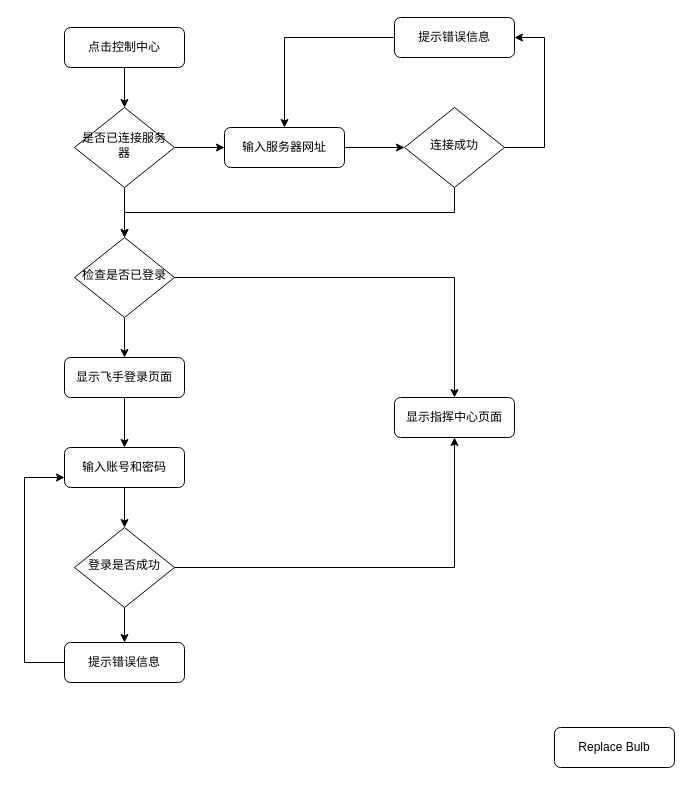
This is 指挥中心.drawio from xubinlu/android-journey, a draw.io file, before an edit. Source tidied: cells renumbered, new cells numbered last; positions are measured from the earlier drawing's top-left corner, leaving out a move shared by most shapes. Both pictures are drawn from the tidied source at 100%, with x=0, y=0 at pixel (24, 17).
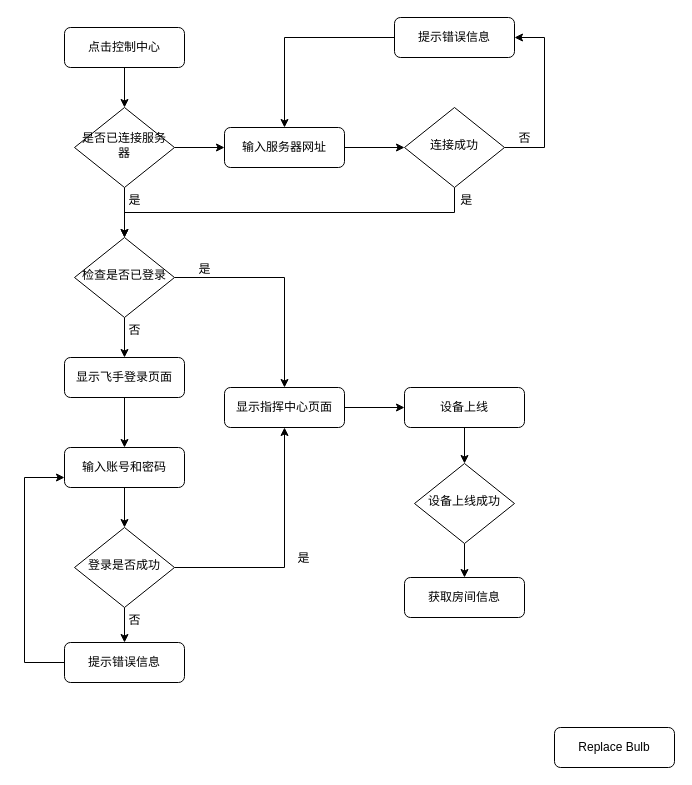
The same diagram, later.

Commit message (it also covers changes not shown here):
更新指挥中心.drawio

Change to the diagram source:
```diff
@@
+    <mxCell id="28" style="edgeStyle=orthogonalEdgeStyle;rounded=0;jettySize=auto;html=1;" parent="1" edge="1" source="7" target="37">
+      <mxGeometry relative="1" as="geometry" />
+    </mxCell>
     <mxCell id="7" value="显示指挥中心页面" style="rounded=1;whiteSpace=wrap;html=1;fontSize=12;glass=0;strokeWidth=1;shadow=0;" parent="1" vertex="1">
-      <mxGeometry x="370" y="380" width="120" height="40" as="geometry" />
+      <mxGeometry x="200" y="370" width="120" height="40" as="geometry" />
     </mxCell>
@@
+    <mxCell id="29" value="是" style="text;html=1;align=center;verticalAlign=middle;strokeColor=none;fillColor=none;" parent="1" vertex="1">
+      <mxGeometry x="259" y="526" width="40" height="30" as="geometry" />
+    </mxCell>
+    <mxCell id="30" value="否" style="text;html=1;align=center;verticalAlign=middle;strokeColor=none;fillColor=none;" parent="1" vertex="1">
+      <mxGeometry x="90" y="588" width="40" height="30" as="geometry" />
+    </mxCell>
+    <mxCell id="31" value="否" style="text;html=1;align=center;verticalAlign=middle;strokeColor=none;fillColor=none;" parent="1" vertex="1">
+      <mxGeometry x="90" y="298" width="40" height="30" as="geometry" />
+    </mxCell>
+    <mxCell id="32" value="是" style="text;html=1;align=center;verticalAlign=middle;strokeColor=none;fillColor=none;" parent="1" vertex="1">
+      <mxGeometry x="160" y="237" width="40" height="30" as="geometry" />
+    </mxCell>
+    <mxCell id="33" value="&amp;nbsp;是" style="text;html=1;align=center;verticalAlign=middle;strokeColor=none;fillColor=none;" parent="1" vertex="1">
+      <mxGeometry x="420" y="168" width="40" height="30" as="geometry" />
+    </mxCell>
+    <mxCell id="34" value="是" style="text;html=1;align=center;verticalAlign=middle;strokeColor=none;fillColor=none;" parent="1" vertex="1">
+      <mxGeometry x="90" y="168" width="40" height="30" as="geometry" />
+    </mxCell>
+    <mxCell id="35" value="否" style="text;html=1;align=center;verticalAlign=middle;strokeColor=none;fillColor=none;" parent="1" vertex="1">
+      <mxGeometry x="480" y="106" width="40" height="30" as="geometry" />
+    </mxCell>
+    <mxCell id="36" style="edgeStyle=orthogonalEdgeStyle;rounded=0;jettySize=auto;html=1;exitX=0.5;exitY=1;exitDx=0;exitDy=0;entryX=0.5;entryY=0;entryDx=0;entryDy=0;" parent="1" edge="1" source="37" target="39">
+      <mxGeometry relative="1" as="geometry" />
+    </mxCell>
+    <mxCell id="37" value="设备上线" style="rounded=1;whiteSpace=wrap;html=1;fontSize=12;glass=0;strokeWidth=1;shadow=0;" parent="1" vertex="1">
+      <mxGeometry x="380" y="370" width="120" height="40" as="geometry" />
+    </mxCell>
+    <mxCell id="38" style="edgeStyle=orthogonalEdgeStyle;rounded=0;jettySize=auto;html=1;exitX=0.5;exitY=1;exitDx=0;exitDy=0;entryX=0.5;entryY=0;entryDx=0;entryDy=0;" parent="1" edge="1" source="39" target="40">
+      <mxGeometry relative="1" as="geometry" />
+    </mxCell>
+    <mxCell id="39" value="设备上线成功" style="rhombus;whiteSpace=wrap;html=1;shadow=0;fontFamily=Helvetica;fontSize=12;align=center;strokeWidth=1;spacing=6;spacingTop=-4;" parent="1" vertex="1">
+      <mxGeometry x="390" y="446" width="100" height="80" as="geometry" />
+    </mxCell>
+    <mxCell id="40" value="获取房间信息" style="rounded=1;whiteSpace=wrap;html=1;fontSize=12;glass=0;strokeWidth=1;shadow=0;" parent="1" vertex="1">
+      <mxGeometry x="380" y="560" width="120" height="40" as="geometry" />
+    </mxCell>
```
